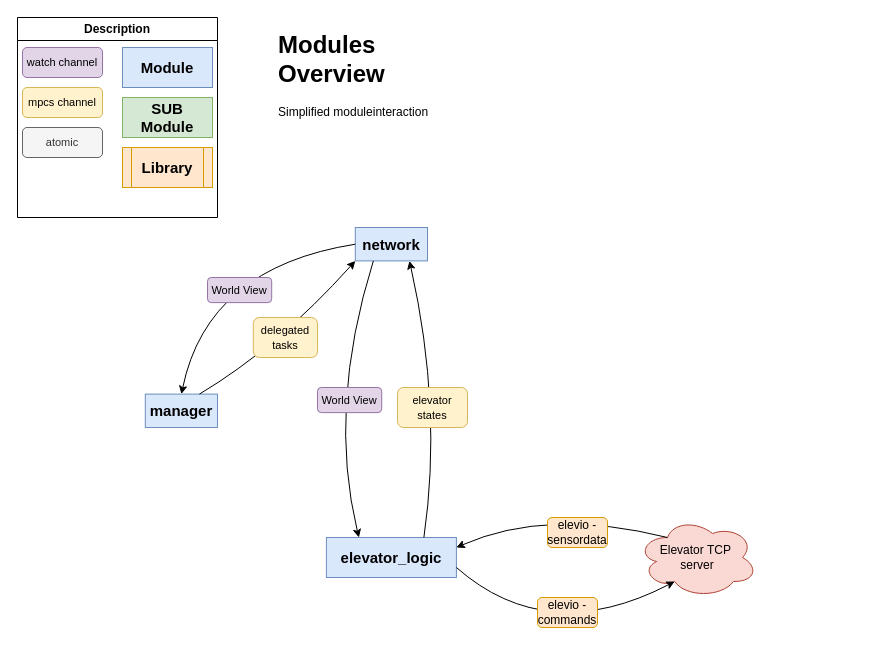
The draw.io diagram page "Modules" (1 of 11) of elevator_pro_rebrand/Flowcharts/elevatorpro.drawio in Adriaeik/TTK4145-Prosjekt-AIS, before the edit. Source tidied: cells renumbered, new cells numbered last; positions are measured from the earlier drawing's top-left corner, leaving out a move shared by most shapes. Both pictures are drawn from the tidied source at 100%, with x=0, y=0 at pixel (17, 17).
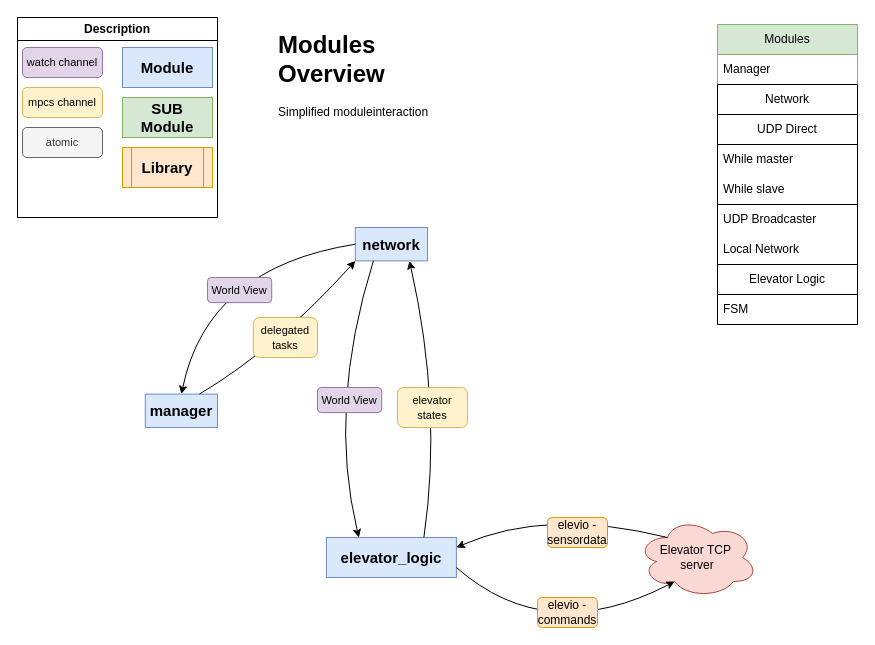
The same diagram, later.

What changed in the source:
```diff
@@
+    <mxCell id="28" value="&lt;span&gt;Modules&lt;/span&gt;" style="swimlane;fontStyle=0;horizontal=1;startSize=30;whiteSpace=wrap;html=1;fillColor=#d5e8d4;strokeColor=#82b366;" parent="1" vertex="1">
+      <mxGeometry x="700" y="7" width="140" height="300" as="geometry" />
+    </mxCell>
+    <mxCell id="29" value="Manager" style="text;strokeColor=none;fillColor=none;align=left;verticalAlign=middle;spacingLeft=4;spacingRight=4;overflow=hidden;whiteSpace=wrap;html=1;" parent="28" vertex="1">
+      <mxGeometry y="30" width="140" height="30" as="geometry" />
+    </mxCell>
+    <mxCell id="30" value="Network" style="swimlane;fontStyle=0;horizontal=1;startSize=30;whiteSpace=wrap;html=1;" parent="28" vertex="1">
+      <mxGeometry y="60" width="140" height="180" as="geometry" />
+    </mxCell>
+    <mxCell id="31" value="UDP Direct" style="swimlane;fontStyle=0;horizontal=1;startSize=30;whiteSpace=wrap;html=1;" parent="30" vertex="1">
+      <mxGeometry y="30" width="140" height="90" as="geometry" />
+    </mxCell>
+    <mxCell id="32" value="While master" style="text;strokeColor=none;fillColor=none;align=left;verticalAlign=middle;spacingLeft=4;spacingRight=4;overflow=hidden;whiteSpace=wrap;html=1;" parent="31" vertex="1">
+      <mxGeometry y="30" width="140" height="30" as="geometry" />
+    </mxCell>
+    <mxCell id="33" value="While slave" style="text;strokeColor=none;fillColor=none;align=left;verticalAlign=middle;spacingLeft=4;spacingRight=4;overflow=hidden;whiteSpace=wrap;html=1;" parent="31" vertex="1">
+      <mxGeometry y="60" width="140" height="30" as="geometry" />
+    </mxCell>
+    <mxCell id="34" value="UDP Broadcaster" style="text;strokeColor=none;fillColor=none;align=left;verticalAlign=middle;spacingLeft=4;spacingRight=4;overflow=hidden;whiteSpace=wrap;html=1;" parent="30" vertex="1">
+      <mxGeometry y="120" width="140" height="30" as="geometry" />
+    </mxCell>
+    <mxCell id="35" value="Local Network" style="text;strokeColor=none;fillColor=none;align=left;verticalAlign=middle;spacingLeft=4;spacingRight=4;overflow=hidden;whiteSpace=wrap;html=1;" parent="30" vertex="1">
+      <mxGeometry y="150" width="140" height="30" as="geometry" />
+    </mxCell>
+    <mxCell id="36" value="Elevator Logic" style="swimlane;fontStyle=0;horizontal=1;startSize=30;whiteSpace=wrap;html=1;" parent="28" vertex="1">
+      <mxGeometry y="240" width="140" height="60" as="geometry" />
+    </mxCell>
+    <mxCell id="37" value="FSM" style="text;strokeColor=none;fillColor=none;align=left;verticalAlign=middle;spacingLeft=4;spacingRight=4;overflow=hidden;whiteSpace=wrap;html=1;" parent="36" vertex="1">
+      <mxGeometry y="30" width="140" height="30" as="geometry" />
+    </mxCell>
```
